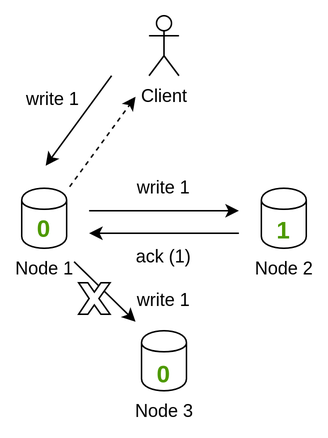
puzpuzpuz/talks keeps this draw.io diagram as 2020-ru-consensus-algorithms-and-nodejs/slides/images/primitive-consensus-6.png. Above is the earlier version. Source tidied: cells renumbered, new cells last; positions are measured from the earlier drawing's top-left corner, leaving out a move shared by most shapes. The source it was exported from:
```xml
<mxGraphModel>
  <root>
    <mxCell id="0" />
    <mxCell id="1" parent="0" />
    <mxCell id="2" style="rounded=0;orthogonalLoop=1;jettySize=auto;html=1;" parent="1" edge="1">
      <mxGeometry relative="1" as="geometry">
        <mxPoint x="49" y="130" as="sourcePoint" />
        <mxPoint x="149" y="130" as="targetPoint" />
      </mxGeometry>
    </mxCell>
    <mxCell id="3" value="write 1" style="text;html=1;strokeColor=none;fillColor=none;align=center;verticalAlign=middle;whiteSpace=wrap;rounded=0;fontSize=12;" parent="1" vertex="1">
      <mxGeometry x="74" y="104" width="50" height="20" as="geometry" />
    </mxCell>
    <mxCell id="4" style="rounded=0;orthogonalLoop=1;jettySize=auto;html=1;" parent="1" edge="1">
      <mxGeometry relative="1" as="geometry">
        <mxPoint x="149" y="145" as="sourcePoint" />
        <mxPoint x="49" y="145" as="targetPoint" />
      </mxGeometry>
    </mxCell>
    <mxCell id="5" value="ack (1)" style="text;html=1;strokeColor=none;fillColor=none;align=center;verticalAlign=middle;whiteSpace=wrap;rounded=0;fontSize=12;" parent="1" vertex="1">
      <mxGeometry x="74" y="150" width="50" height="20" as="geometry" />
    </mxCell>
    <mxCell id="6" style="rounded=0;orthogonalLoop=1;jettySize=auto;html=1;" parent="1" edge="1">
      <mxGeometry relative="1" as="geometry">
        <mxPoint x="64" y="40" as="sourcePoint" />
        <mxPoint x="20" y="100" as="targetPoint" />
      </mxGeometry>
    </mxCell>
    <mxCell id="7" value="Client" style="shape=umlActor;verticalLabelPosition=bottom;labelBackgroundColor=#ffffff;verticalAlign=top;html=1;fontSize=12;" parent="1" vertex="1">
      <mxGeometry x="89" width="20" height="40" as="geometry" />
    </mxCell>
    <mxCell id="8" value="Node 1" style="shape=cylinder;html=1;boundedLbl=1;backgroundOutline=1;fontSize=12;labelPosition=center;verticalLabelPosition=bottom;align=center;verticalAlign=top;" parent="1" vertex="1">
      <mxGeometry x="4" y="115" width="30" height="40" as="geometry" />
    </mxCell>
    <mxCell id="9" value="Node 2" style="shape=cylinder;html=1;boundedLbl=1;backgroundOutline=1;fontSize=12;labelPosition=center;verticalLabelPosition=bottom;align=center;verticalAlign=top;" parent="1" vertex="1">
      <mxGeometry x="164" y="115" width="30" height="40" as="geometry" />
    </mxCell>
    <mxCell id="10" value="Node 3" style="shape=cylinder;html=1;boundedLbl=1;backgroundOutline=1;fontSize=12;labelPosition=center;verticalLabelPosition=bottom;align=center;verticalAlign=top;" parent="1" vertex="1">
      <mxGeometry x="84" y="210" width="30" height="40" as="geometry" />
    </mxCell>
    <mxCell id="11" value="write 1" style="text;html=1;strokeColor=none;fillColor=none;align=center;verticalAlign=middle;whiteSpace=wrap;rounded=0;fontSize=12;" parent="1" vertex="1">
      <mxGeometry y="44.5" width="50" height="20" as="geometry" />
    </mxCell>
    <mxCell id="12" style="rounded=0;orthogonalLoop=1;jettySize=auto;html=1;" parent="1" edge="1">
      <mxGeometry relative="1" as="geometry">
        <mxPoint x="39" y="164" as="sourcePoint" />
        <mxPoint x="80" y="204" as="targetPoint" />
      </mxGeometry>
    </mxCell>
    <mxCell id="13" value="write 1" style="text;html=1;strokeColor=none;fillColor=none;align=center;verticalAlign=middle;whiteSpace=wrap;rounded=0;fontSize=12;" parent="1" vertex="1">
      <mxGeometry x="74" y="179" width="50" height="20" as="geometry" />
    </mxCell>
    <mxCell id="14" value="1" style="text;html=1;strokeColor=none;fillColor=none;align=center;verticalAlign=middle;whiteSpace=wrap;rounded=0;fontSize=16;fontStyle=1;fontColor=#4D9900;" parent="1" vertex="1">
      <mxGeometry x="163" y="125" width="32" height="35" as="geometry" />
    </mxCell>
    <mxCell id="15" style="rounded=0;orthogonalLoop=1;jettySize=auto;html=1;dashed=1;" parent="1" edge="1">
      <mxGeometry relative="1" as="geometry">
        <mxPoint x="36" y="114" as="sourcePoint" />
        <mxPoint x="80" y="54" as="targetPoint" />
      </mxGeometry>
    </mxCell>
    <mxCell id="16" value="0" style="text;html=1;strokeColor=none;fillColor=none;align=center;verticalAlign=middle;whiteSpace=wrap;rounded=0;fontSize=16;fontStyle=1;fontColor=#4D9900;" parent="1" vertex="1">
      <mxGeometry x="83" y="221" width="32" height="35" as="geometry" />
    </mxCell>
    <mxCell id="17" value="0" style="text;html=1;strokeColor=none;fillColor=none;align=center;verticalAlign=middle;whiteSpace=wrap;rounded=0;fontSize=16;fontStyle=1;fontColor=#4D9900;" parent="1" vertex="1">
      <mxGeometry x="3" y="124.5" width="32" height="35" as="geometry" />
    </mxCell>
    <mxCell id="18" style="verticalLabelPosition=bottom;verticalAlign=top;html=1;shape=mxgraph.basic.x;fontSize=16;fontColor=#4D9900;" parent="1" vertex="1">
      <mxGeometry x="42" y="178" width="21" height="21" as="geometry" />
    </mxCell>
  </root>
</mxGraphModel>
```
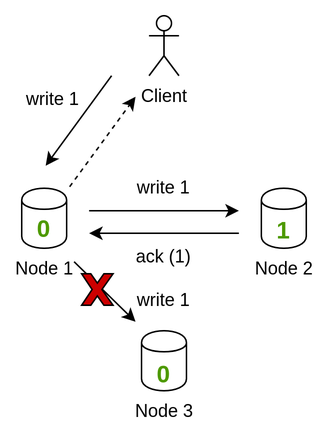
The same file after the commit.

Commit message:
Update consensus slides

Diff of the diagram source:
```diff
@@ -65,8 +65,8 @@
     <mxCell id="17" value="0" style="text;html=1;strokeColor=none;fillColor=none;align=center;verticalAlign=middle;whiteSpace=wrap;rounded=0;fontSize=16;fontStyle=1;fontColor=#4D9900;" parent="1" vertex="1">
       <mxGeometry x="3" y="124.5" width="32" height="35" as="geometry" />
     </mxCell>
-    <mxCell id="18" style="verticalLabelPosition=bottom;verticalAlign=top;html=1;shape=mxgraph.basic.x;fontSize=16;fontColor=#4D9900;" parent="1" vertex="1">
-      <mxGeometry x="42" y="178" width="21" height="21" as="geometry" />
+    <mxCell id="18" style="verticalLabelPosition=bottom;verticalAlign=top;html=1;shape=mxgraph.basic.x;fontSize=16;fontColor=#4D9900;fillColor=#CC0000;" parent="1" vertex="1">
+      <mxGeometry x="44" y="172" width="21" height="21" as="geometry" />
     </mxCell>
   </root>
 </mxGraphModel>
```
